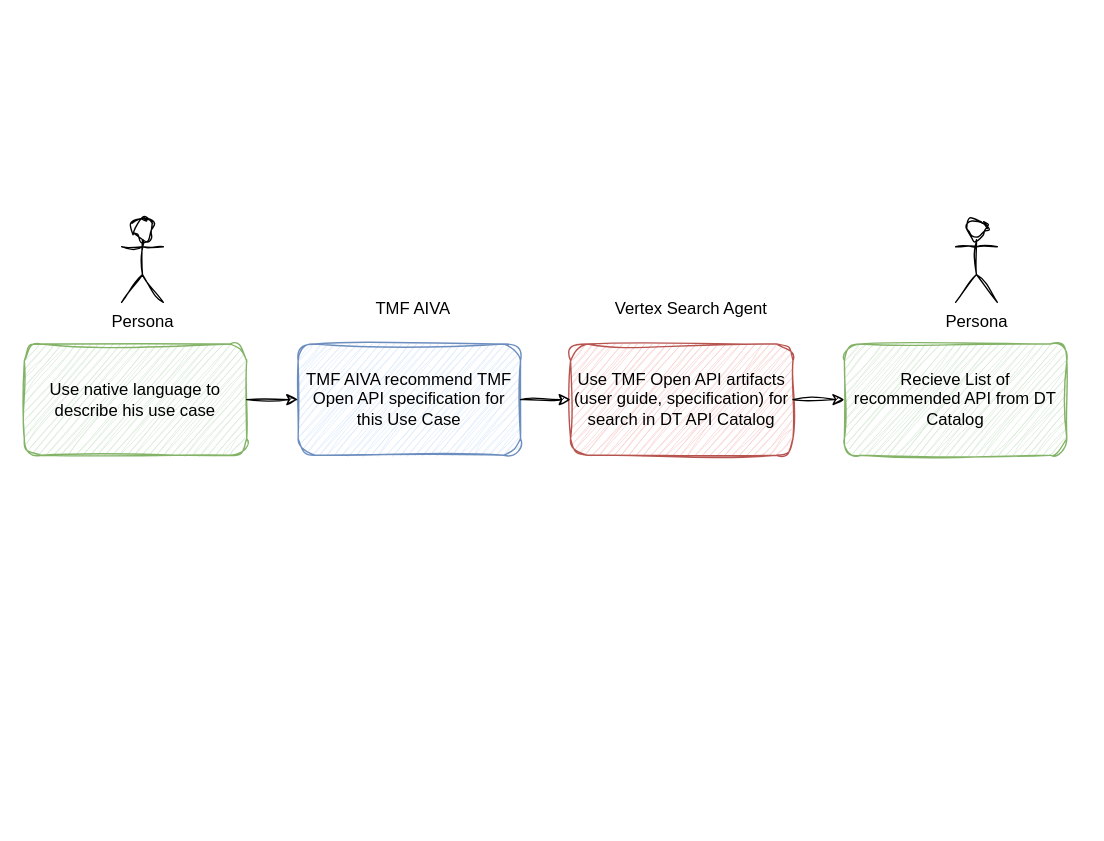
Before: TMF flow.drawio in slookin/stuff, a draw.io diagram. Source tidied: cells renumbered, new cells numbered last; positions are measured from the earlier drawing's top-left corner, leaving out a move shared by most shapes. Both pictures are drawn from the tidied source at 139%, with x=0, y=0 at pixel (24, 218). Pictures stored in the file or linked from it are replaced by grey dashed boxes.
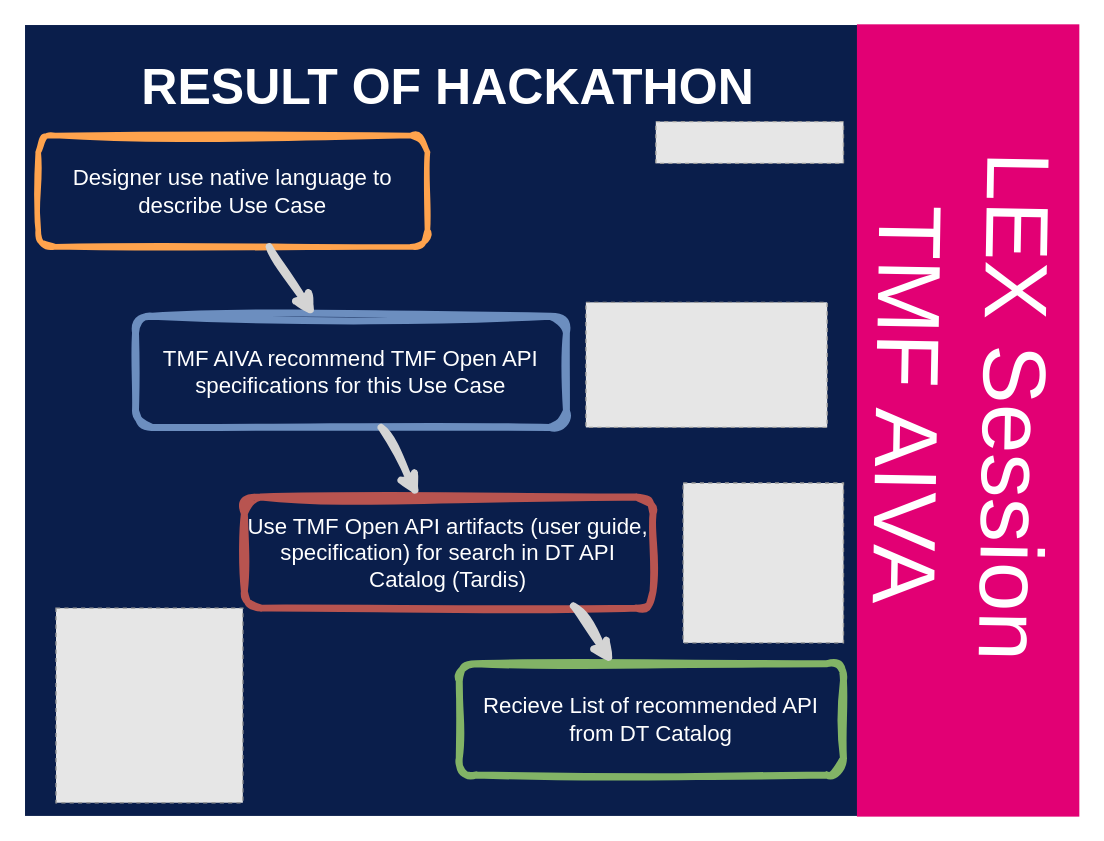
Above is the later version.

The edit, as a diff of the source:
```diff
@@
 <mxGraphModel>
   <root>
     <mxCell id="0" />
     <mxCell id="1" parent="0" />
-    <mxCell id="2" value="Persona" style="shape=umlActor;verticalLabelPosition=bottom;verticalAlign=top;html=1;textShadow=0;shadow=0;sketch=1;curveFitting=1;jiggle=2;" parent="1" vertex="1">
-      <mxGeometry x="70" width="30" height="60" as="geometry" />
-    </mxCell>
+    <mxCell id="13" style="rounded=0;whiteSpace=wrap;html=1;labelBackgroundColor=#4C0099;fontColor=default;fillColor=light-dark(#0A1E4B,#EDEDED);strokeColor=light-dark(#ffffff, #0A1E4B);" parent="1" vertex="1">
+      <mxGeometry y="-140" width="600" height="570" as="geometry" />
+    </mxCell>
+    <mxCell id="14" style="fillColor=#E6E6E6;strokeColor=#999999;dashed=1;verticalLabelPosition=bottom;labelBackgroundColor=default;verticalAlign=top;" parent="1" vertex="1">
+      <mxGeometry x="404" y="60" width="173.6" height="90" as="geometry" />
+    </mxCell>
-    <mxCell id="3" value="Use native language to describe his use case" style="rounded=1;whiteSpace=wrap;html=1;textShadow=0;shadow=0;sketch=1;curveFitting=1;jiggle=2;fillColor=#d5e8d4;strokeColor=#82b366;" parent="1" vertex="1">
-      <mxGeometry y="90" width="160" height="80" as="geometry" />
+    <mxCell id="3" value="&lt;font style=&quot;color: rgb(255, 255, 255);&quot;&gt;Designer use native language to describe Use Case&lt;/font&gt;" style="rounded=1;whiteSpace=wrap;html=1;textShadow=0;shadow=0;sketch=1;curveFitting=1;jiggle=2;fillColor=none;strokeColor=light-dark(#ffa34d, #446e2c);strokeWidth=4;fontSize=16;" parent="1" vertex="1">
+      <mxGeometry x="10" y="-60" width="280" height="80" as="geometry" />
     </mxCell>
-    <mxCell id="4" value="TMF AIVA recommend TMF Open API specification for this Use Case" style="rounded=1;whiteSpace=wrap;html=1;textShadow=0;shadow=0;sketch=1;curveFitting=1;jiggle=2;fillColor=#dae8fc;strokeColor=#6c8ebf;" parent="1" vertex="1">
-      <mxGeometry x="197" y="90" width="160" height="80" as="geometry" />
+    <mxCell id="4" value="&lt;font style=&quot;color: light-dark(rgb(255, 255, 255), rgb(237, 237, 237));&quot;&gt;TMF AIVA recommend TMF Open API specifications for this Use Case&lt;/font&gt;" style="rounded=1;whiteSpace=wrap;html=1;textShadow=0;shadow=0;sketch=1;curveFitting=1;jiggle=2;fillColor=none;strokeColor=#6c8ebf;strokeWidth=5;fontSize=16;" parent="1" vertex="1">
+      <mxGeometry x="80" y="70" width="310" height="80" as="geometry" />
     </mxCell>
-    <mxCell id="5" value="Recieve List of recommended API from DT Catalog" style="rounded=1;whiteSpace=wrap;html=1;textShadow=0;shadow=0;sketch=1;curveFitting=1;jiggle=2;fillColor=#d5e8d4;strokeColor=#82b366;" parent="1" vertex="1">
-      <mxGeometry x="590" y="90" width="160" height="80" as="geometry" />
+    <mxCell id="5" value="&lt;font style=&quot;color: light-dark(rgb(255, 255, 255), rgb(237, 237, 237));&quot;&gt;Recieve List of recommended API from DT Catalog&lt;/font&gt;" style="rounded=1;whiteSpace=wrap;html=1;textShadow=0;shadow=0;sketch=1;curveFitting=1;jiggle=2;fillColor=none;strokeColor=#82b366;strokeWidth=5;fontSize=16;" parent="1" vertex="1">
+      <mxGeometry x="312.9" y="320" width="276.4" height="80" as="geometry" />
     </mxCell>
-    <mxCell id="6" value="Use TMF Open API artifacts (user guide, specification) for search in DT API Catalog" style="rounded=1;whiteSpace=wrap;html=1;textShadow=0;shadow=0;sketch=1;curveFitting=1;jiggle=2;fillColor=#f8cecc;strokeColor=#b85450;" parent="1" vertex="1">
-      <mxGeometry x="393" y="90" width="160" height="80" as="geometry" />
+    <mxCell id="6" value="&lt;font style=&quot;color: light-dark(rgb(255, 255, 255), rgb(237, 237, 237));&quot;&gt;Use TMF Open API artifacts (user guide, specification) for search in DT API Catalog (Tardis)&lt;/font&gt;" style="rounded=1;whiteSpace=wrap;html=1;textShadow=0;shadow=0;sketch=1;curveFitting=1;jiggle=2;fillColor=none;strokeColor=#b85450;strokeWidth=5;fontSize=16;" parent="1" vertex="1">
+      <mxGeometry x="158.3" y="200" width="294" height="80" as="geometry" />
     </mxCell>
-    <mxCell id="7" value="Persona" style="shape=umlActor;verticalLabelPosition=bottom;verticalAlign=top;html=1;textShadow=0;shadow=0;sketch=1;curveFitting=1;jiggle=2;" parent="1" vertex="1">
-      <mxGeometry x="670" width="30" height="60" as="geometry" />
-    </mxCell>
-    <mxCell id="8" style="endArrow=classic;html=1;rounded=0;textShadow=0;shadow=0;sketch=1;curveFitting=1;jiggle=2;" parent="1" edge="1" source="3" target="4">
+    <mxCell id="8" style="endArrow=classic;html=1;rounded=0;textShadow=0;shadow=0;sketch=1;curveFitting=1;jiggle=2;strokeColor=light-dark(#d4d4d4, #ededed);strokeWidth=5;" parent="1" edge="1" source="3" target="4">
       <mxGeometry relative="1" as="geometry" />
     </mxCell>
-    <mxCell id="9" style="endArrow=classic;html=1;rounded=0;textShadow=0;shadow=0;sketch=1;curveFitting=1;jiggle=2;" parent="1" edge="1" source="4" target="6">
+    <mxCell id="9" style="endArrow=classic;html=1;rounded=0;textShadow=0;shadow=0;sketch=1;curveFitting=1;jiggle=2;strokeColor=light-dark(#d4d4d4, #ededed);strokeWidth=5;" parent="1" edge="1" source="4" target="6">
       <mxGeometry relative="1" as="geometry" />
     </mxCell>
-    <mxCell id="10" style="endArrow=classic;html=1;rounded=0;exitX=1;exitY=0.5;exitDx=0;exitDy=0;textShadow=0;shadow=0;sketch=1;curveFitting=1;jiggle=2;" parent="1" edge="1" source="6" target="5">
+    <mxCell id="10" style="endArrow=classic;html=1;rounded=0;exitX=0.805;exitY=0.98;exitDx=0;exitDy=0;textShadow=0;shadow=0;sketch=1;curveFitting=1;jiggle=2;exitPerimeter=0;strokeColor=light-dark(#d4d4d4, #ededed);strokeWidth=5;" parent="1" edge="1" source="6" target="5">
       <mxGeometry relative="1" as="geometry" />
     </mxCell>
-    <mxCell id="11" value="TMF AIVA" style="text;html=1;align=center;verticalAlign=middle;whiteSpace=wrap;rounded=0;textShadow=0;shadow=0;sketch=1;curveFitting=1;jiggle=2;" parent="1" vertex="1">
-      <mxGeometry x="250" y="50" width="60" height="30" as="geometry" />
-    </mxCell>
-    <mxCell id="12" value="Vertex Search Agent" style="text;html=1;align=center;verticalAlign=middle;whiteSpace=wrap;rounded=0;textShadow=0;shadow=0;sketch=1;curveFitting=1;jiggle=2;" parent="1" vertex="1">
-      <mxGeometry x="420" y="50" width="120" height="30" as="geometry" />
-    </mxCell>
+    <mxCell id="15" style="fillColor=#E6E6E6;strokeColor=#999999;dashed=1;verticalLabelPosition=bottom;labelBackgroundColor=default;verticalAlign=top;" parent="1" vertex="1">
+      <mxGeometry x="22.8" y="280" width="134.4" height="140" as="geometry" />
+    </mxCell>
+    <mxCell id="16" style="fillColor=#E6E6E6;strokeColor=#999999;dashed=1;verticalLabelPosition=bottom;labelBackgroundColor=default;verticalAlign=top;" parent="1" vertex="1">
+      <mxGeometry x="474" y="190" width="115.3" height="115" as="geometry" />
+    </mxCell>
+    <mxCell id="17" style="rounded=0;whiteSpace=wrap;html=1;labelBackgroundColor=light-dark(#e20074, #ededed);fontColor=default;fillColor=light-dark(#e20074, #ededed);strokeColor=none;" parent="1" vertex="1">
+      <mxGeometry x="599" y="-140" width="160" height="570" as="geometry" />
+    </mxCell>
+    <mxCell id="18" value="LEX Session TMF AIVA" style="text;html=1;align=center;verticalAlign=middle;whiteSpace=wrap;rounded=0;rotation=91;fontSize=64;fontColor=light-dark(#ffffff, #ededed);" parent="1" vertex="1">
+      <mxGeometry x="452.3" y="120" width="444" height="30" as="geometry" />
+    </mxCell>
+    <mxCell id="19" value="RESULT OF HACKATHON" style="text;html=1;align=center;verticalAlign=middle;whiteSpace=wrap;rounded=0;fontColor=#FFFFFF;fontSize=36;fontStyle=1;" parent="1" vertex="1">
+      <mxGeometry x="45.3" y="-110" width="520" height="30" as="geometry" />
+    </mxCell>
+    <mxCell id="20" style="fillColor=#E6E6E6;strokeColor=#999999;dashed=1;verticalLabelPosition=bottom;labelBackgroundColor=default;verticalAlign=top;" parent="1" vertex="1">
+      <mxGeometry x="454.3" y="-70" width="135" height="30" as="geometry" />
+    </mxCell>
   </root>
 </mxGraphModel>
```
